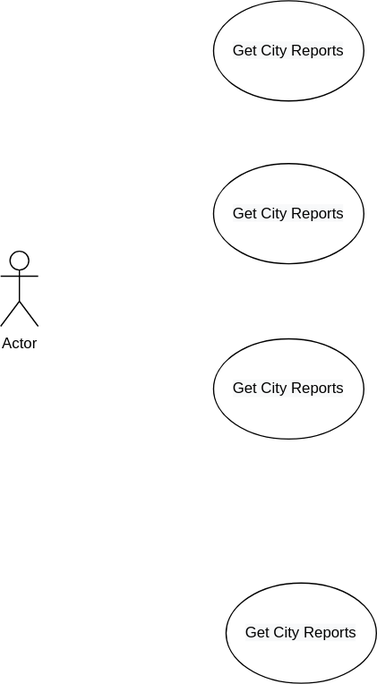
Earlier version of the draw.io export Documents/use-cases/Use Case Diagram.svg (Karl-40443517/coursework). Source tidied: cells renumbered, new cells last; positions are measured from the earlier drawing's top-left corner, leaving out a move shared by most shapes. Source of this version:
```xml
<mxGraphModel>
  <root>
    <mxCell id="0" />
    <mxCell id="1" parent="0" />
    <mxCell id="2" value="Actor" style="shape=umlActor;verticalLabelPosition=bottom;verticalAlign=top;html=1;" parent="1" vertex="1">
      <mxGeometry y="200" width="30" height="60" as="geometry" />
    </mxCell>
    <mxCell id="3" value="&lt;span style=&quot;color: rgb(0 , 0 , 0) ; background-color: rgb(248 , 249 , 250)&quot;&gt;Get&amp;nbsp;City Reports&lt;/span&gt;" style="ellipse;whiteSpace=wrap;html=1;" parent="1" vertex="1">
      <mxGeometry x="170" y="130" width="120" height="80" as="geometry" />
    </mxCell>
    <mxCell id="4" value="&lt;span style=&quot;color: rgb(0 , 0 , 0) ; background-color: rgb(248 , 249 , 250)&quot;&gt;Get&amp;nbsp;City Reports&lt;/span&gt;" style="ellipse;whiteSpace=wrap;html=1;" parent="1" vertex="1">
      <mxGeometry x="170" y="270" width="120" height="80" as="geometry" />
    </mxCell>
    <mxCell id="5" value="&lt;span style=&quot;color: rgb(0 , 0 , 0) ; background-color: rgb(248 , 249 , 250)&quot;&gt;Get&amp;nbsp;City Reports&lt;/span&gt;" style="ellipse;whiteSpace=wrap;html=1;" parent="1" vertex="1">
      <mxGeometry x="180" y="465" width="120" height="80" as="geometry" />
    </mxCell>
    <mxCell id="6" value="&lt;span style=&quot;color: rgb(0 , 0 , 0) ; background-color: rgb(248 , 249 , 250)&quot;&gt;Get&amp;nbsp;City Reports&lt;/span&gt;" style="ellipse;whiteSpace=wrap;html=1;" parent="1" vertex="1">
      <mxGeometry x="170" width="120" height="80" as="geometry" />
    </mxCell>
  </root>
</mxGraphModel>
```
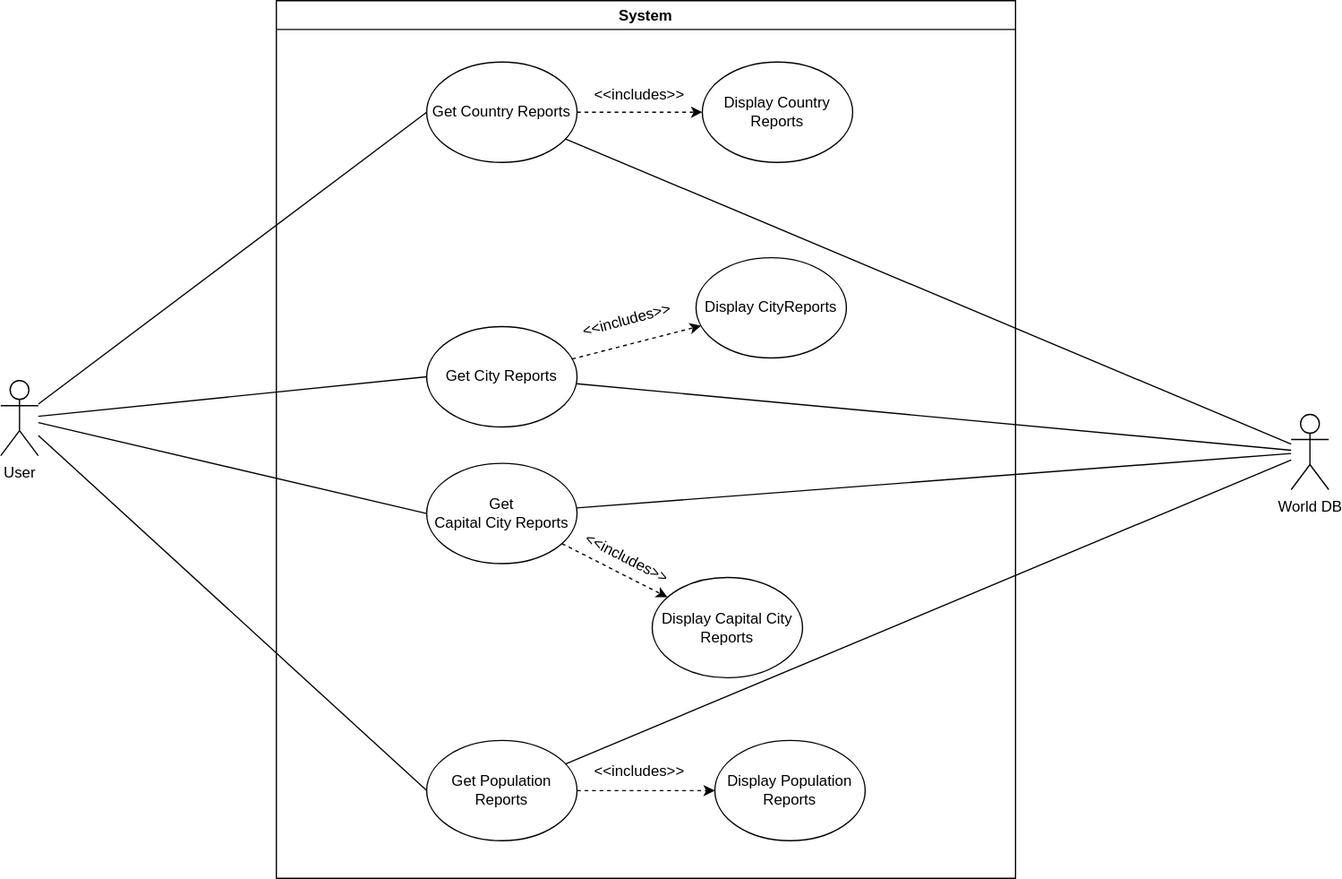
The same file after the commit.

Commit message:
Added Use cases folder and uploaded the diagram

Change to the diagram source:
```diff
@@ -1,21 +1,87 @@
 <mxGraphModel>
   <root>
-    <mxCell id="0" />
-    <mxCell id="1" parent="0" />
-    <mxCell id="2" value="Actor" style="shape=umlActor;verticalLabelPosition=bottom;verticalAlign=top;html=1;" parent="1" vertex="1">
-      <mxGeometry y="200" width="30" height="60" as="geometry" />
-    </mxCell>
-    <mxCell id="3" value="&lt;span style=&quot;color: rgb(0 , 0 , 0) ; background-color: rgb(248 , 249 , 250)&quot;&gt;Get&amp;nbsp;City Reports&lt;/span&gt;" style="ellipse;whiteSpace=wrap;html=1;" parent="1" vertex="1">
-      <mxGeometry x="170" y="130" width="120" height="80" as="geometry" />
-    </mxCell>
-    <mxCell id="4" value="&lt;span style=&quot;color: rgb(0 , 0 , 0) ; background-color: rgb(248 , 249 , 250)&quot;&gt;Get&amp;nbsp;City Reports&lt;/span&gt;" style="ellipse;whiteSpace=wrap;html=1;" parent="1" vertex="1">
-      <mxGeometry x="170" y="270" width="120" height="80" as="geometry" />
-    </mxCell>
-    <mxCell id="5" value="&lt;span style=&quot;color: rgb(0 , 0 , 0) ; background-color: rgb(248 , 249 , 250)&quot;&gt;Get&amp;nbsp;City Reports&lt;/span&gt;" style="ellipse;whiteSpace=wrap;html=1;" parent="1" vertex="1">
-      <mxGeometry x="180" y="465" width="120" height="80" as="geometry" />
-    </mxCell>
-    <mxCell id="6" value="&lt;span style=&quot;color: rgb(0 , 0 , 0) ; background-color: rgb(248 , 249 , 250)&quot;&gt;Get&amp;nbsp;City Reports&lt;/span&gt;" style="ellipse;whiteSpace=wrap;html=1;" parent="1" vertex="1">
-      <mxGeometry x="170" width="120" height="80" as="geometry" />
-    </mxCell>
+    <mxCell id="7" />
+    <mxCell id="8" parent="7" />
+    <mxCell id="9" value="World DB" style="shape=umlActor;verticalLabelPosition=bottom;verticalAlign=top;html=1;outlineConnect=0;" parent="8" vertex="1">
+      <mxGeometry x="1020" y="380" width="30" height="60" as="geometry" />
+    </mxCell>
+    <mxCell id="10" value="User" style="shape=umlActor;verticalLabelPosition=bottom;verticalAlign=top;html=1;outlineConnect=0;" parent="8" vertex="1">
+      <mxGeometry x="-10" y="353" width="30" height="60" as="geometry" />
+    </mxCell>
+    <mxCell id="11" value="Get&amp;nbsp;Country Reports" style="ellipse;whiteSpace=wrap;html=1;" parent="8" vertex="1">
+      <mxGeometry x="330" y="99" width="120" height="80" as="geometry" />
+    </mxCell>
+    <mxCell id="12" value="Get&amp;nbsp;City Reports" style="ellipse;whiteSpace=wrap;html=1;" parent="8" vertex="1">
+      <mxGeometry x="330" y="310" width="120" height="80" as="geometry" />
+    </mxCell>
+    <mxCell id="13" value="&amp;nbsp;Get&amp;nbsp;&lt;br&gt;Capital City Reports" style="ellipse;whiteSpace=wrap;html=1;" parent="8" vertex="1">
+      <mxGeometry x="330" y="419" width="120" height="80" as="geometry" />
+    </mxCell>
+    <mxCell id="14" value="Get Population Reports" style="ellipse;whiteSpace=wrap;html=1;" parent="8" vertex="1">
+      <mxGeometry x="330" y="640" width="120" height="80" as="geometry" />
+    </mxCell>
+    <mxCell id="15" style="endArrow=none;html=1;rounded=0;entryX=0;entryY=0.5;entryDx=0;entryDy=0;" parent="8" edge="1" source="10" target="11">
+      <mxGeometry relative="1" as="geometry" />
+    </mxCell>
+    <mxCell id="16" style="endArrow=none;html=1;rounded=0;entryX=0;entryY=0.5;entryDx=0;entryDy=0;" parent="8" edge="1" source="10" target="12">
+      <mxGeometry relative="1" as="geometry" />
+    </mxCell>
+    <mxCell id="17" style="endArrow=none;html=1;rounded=0;entryX=0;entryY=0.5;entryDx=0;entryDy=0;" parent="8" edge="1" source="10" target="13">
+      <mxGeometry relative="1" as="geometry" />
+    </mxCell>
+    <mxCell id="18" style="endArrow=none;html=1;rounded=0;entryX=0;entryY=0.5;entryDx=0;entryDy=0;" parent="8" edge="1" source="10" target="14">
+      <mxGeometry relative="1" as="geometry" />
+    </mxCell>
+    <mxCell id="19" style="edgeStyle=none;rounded=0;jettySize=auto;html=1;startArrow=none;startFill=0;endArrow=classic;endFill=1;dashed=1;" parent="8" edge="1" source="11" target="21">
+      <mxGeometry relative="1" as="geometry" />
+    </mxCell>
+    <mxCell id="20" value="&amp;lt;&amp;lt;includes&amp;gt;&amp;gt;" style="text;html=1;strokeColor=none;fillColor=none;align=center;verticalAlign=middle;whiteSpace=wrap;rounded=0;rotation=0;" parent="8" vertex="1">
+      <mxGeometry x="470" y="110" width="60" height="30" as="geometry" />
+    </mxCell>
+    <mxCell id="21" value="Display Country Reports" style="ellipse;whiteSpace=wrap;html=1;" parent="8" vertex="1">
+      <mxGeometry x="550" y="99" width="120" height="80" as="geometry" />
+    </mxCell>
+    <mxCell id="22" value="Display&amp;nbsp;CityReports" style="ellipse;whiteSpace=wrap;html=1;" parent="8" vertex="1">
+      <mxGeometry x="545" y="255" width="120" height="80" as="geometry" />
+    </mxCell>
+    <mxCell id="23" value="Display&amp;nbsp;Capital City Reports" style="ellipse;whiteSpace=wrap;html=1;" parent="8" vertex="1">
+      <mxGeometry x="510" y="510" width="120" height="80" as="geometry" />
+    </mxCell>
+    <mxCell id="24" value="Display&amp;nbsp;Population Reports" style="ellipse;whiteSpace=wrap;html=1;" parent="8" vertex="1">
+      <mxGeometry x="560" y="640" width="120" height="80" as="geometry" />
+    </mxCell>
+    <mxCell id="25" style="edgeStyle=none;rounded=0;jettySize=auto;html=1;startArrow=none;startFill=0;endArrow=classic;endFill=1;dashed=1;" parent="8" edge="1" source="12" target="22">
+      <mxGeometry relative="1" as="geometry" />
+    </mxCell>
+    <mxCell id="26" style="edgeStyle=none;rounded=0;jettySize=auto;html=1;startArrow=none;startFill=0;endArrow=classic;endFill=1;dashed=1;" parent="8" edge="1" source="13" target="23">
+      <mxGeometry relative="1" as="geometry" />
+    </mxCell>
+    <mxCell id="27" style="edgeStyle=none;rounded=0;jettySize=auto;html=1;startArrow=none;startFill=0;endArrow=classic;endFill=1;dashed=1;" parent="8" edge="1" source="14" target="24">
+      <mxGeometry relative="1" as="geometry" />
+    </mxCell>
+    <mxCell id="28" value="&amp;lt;&amp;lt;includes&amp;gt;&amp;gt;" style="text;html=1;strokeColor=none;fillColor=none;align=center;verticalAlign=middle;whiteSpace=wrap;rounded=0;rotation=0;" parent="8" vertex="1">
+      <mxGeometry x="470" y="650" width="60" height="30" as="geometry" />
+    </mxCell>
+    <mxCell id="29" value="&amp;lt;&amp;lt;includes&amp;gt;&amp;gt;" style="text;html=1;strokeColor=none;fillColor=none;align=center;verticalAlign=middle;whiteSpace=wrap;rounded=0;rotation=27;" parent="8" vertex="1">
+      <mxGeometry x="460" y="480" width="60" height="30" as="geometry" />
+    </mxCell>
+    <mxCell id="30" style="endArrow=none;html=1;rounded=0;" parent="8" edge="1" source="13" target="9">
+      <mxGeometry relative="1" as="geometry" />
+    </mxCell>
+    <mxCell id="31" style="endArrow=none;html=1;rounded=0;" parent="8" edge="1" source="14" target="9">
+      <mxGeometry relative="1" as="geometry" />
+    </mxCell>
+    <mxCell id="32" style="endArrow=none;html=1;rounded=0;" parent="8" edge="1" source="12" target="9">
+      <mxGeometry relative="1" as="geometry" />
+    </mxCell>
+    <mxCell id="33" style="endArrow=none;html=1;rounded=0;" parent="8" edge="1" source="11" target="9">
+      <mxGeometry relative="1" as="geometry" />
+    </mxCell>
+    <mxCell id="34" value="&amp;lt;&amp;lt;includes&amp;gt;&amp;gt;" style="text;html=1;strokeColor=none;fillColor=none;align=center;verticalAlign=middle;whiteSpace=wrap;rounded=0;rotation=-15;" parent="8" vertex="1">
+      <mxGeometry x="460" y="290" width="60" height="30" as="geometry" />
+    </mxCell>
+    <mxCell id="35" value="System" style="swimlane;" parent="8" vertex="1">
+      <mxGeometry x="210" y="50" width="590" height="700" as="geometry" />
+    </mxCell>
   </root>
 </mxGraphModel>
```
